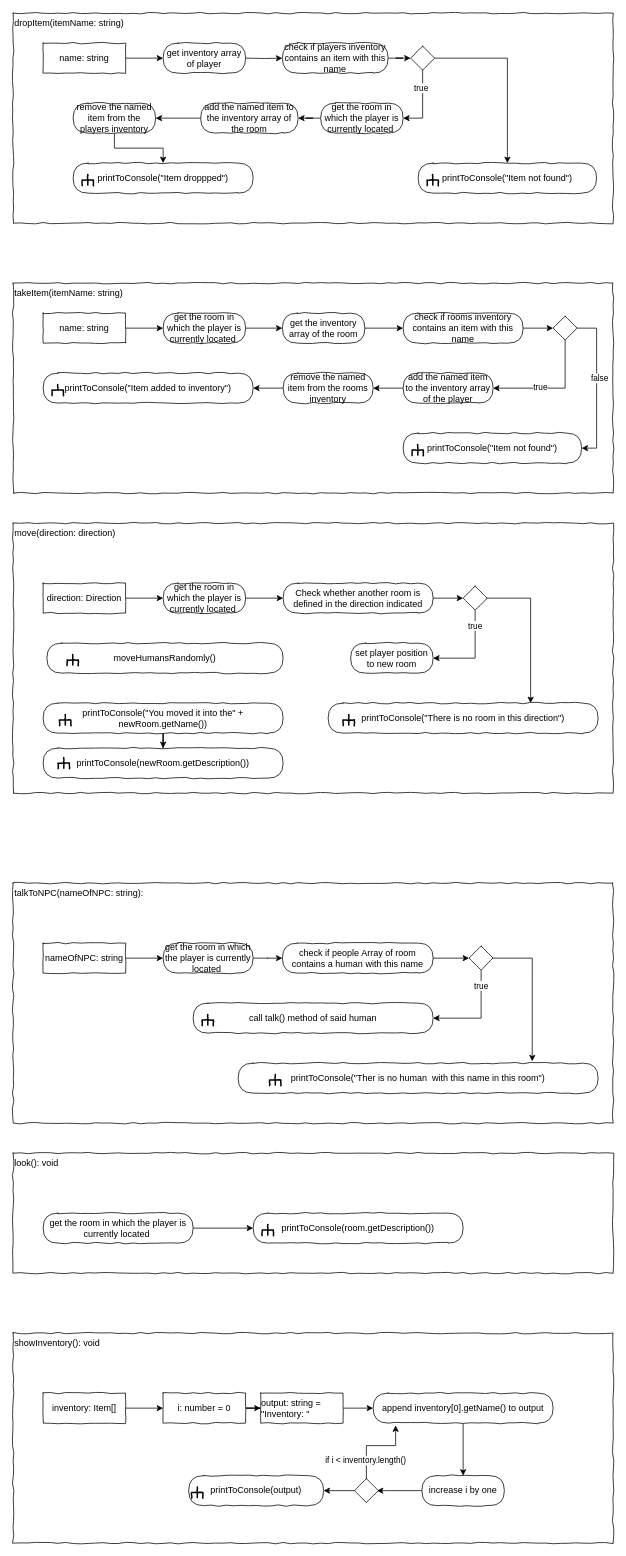
This is page "Player" (2 of 4) of concept/classes.drawio from AljoshaVieth/SoftwareDesignTextAdventure, a draw.io file, before an edit. Source tidied: cells renumbered, new cells numbered last; positions are measured from the earlier drawing's top-left corner, leaving out a move shared by most shapes. Both pictures are drawn from the tidied source at 75%, with x=0, y=0 at pixel (13, 13).
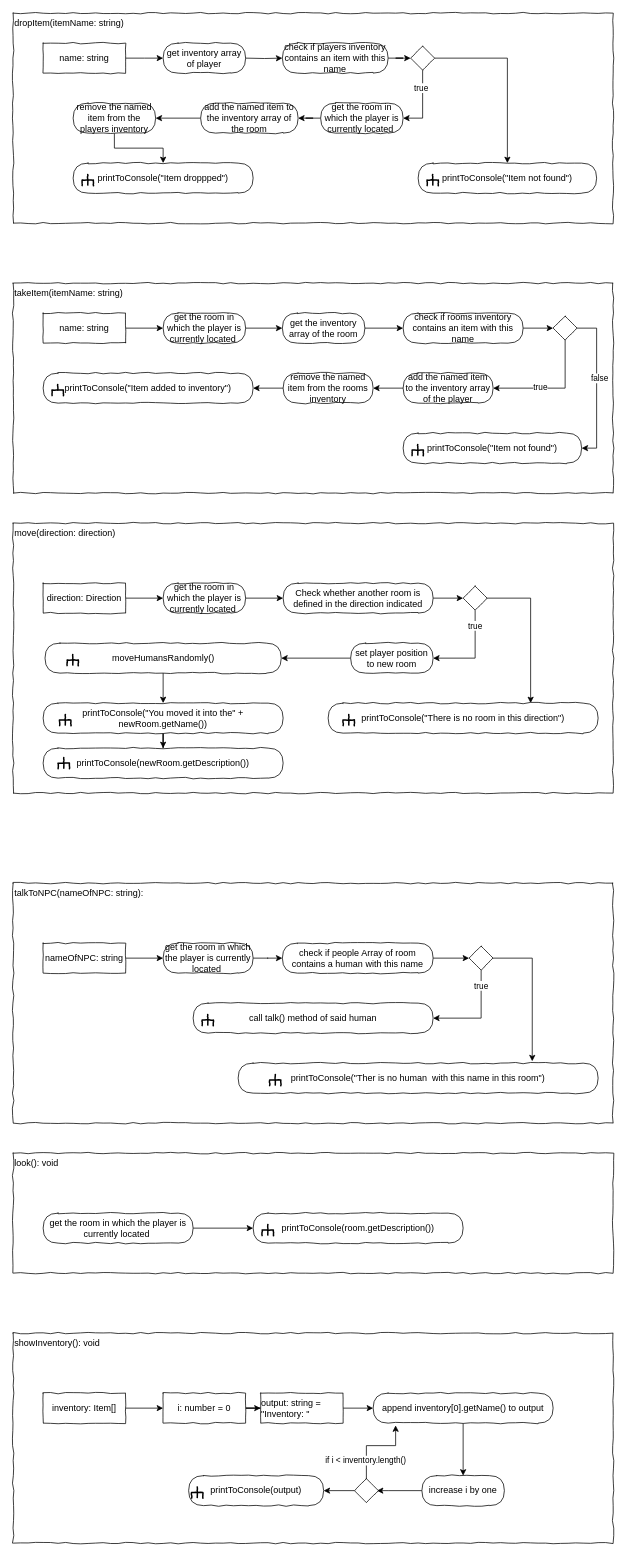
After the change.

Unchanged cells that the change refers to:
```xml
<mxCell id="62" value="set player position to new room" style="rounded=1;whiteSpace=wrap;html=1;absoluteArcSize=1;arcSize=50;strokeWidth=1;shadow=0;comic=1;" parent="1" vertex="1">
  <mxGeometry x="450" y="840" width="110" height="40" as="geometry" />
</mxCell>
<mxCell id="70" value="printToConsole(&quot;You moved it into the&quot; + newRoom.getName())" style="rounded=1;whiteSpace=wrap;html=1;absoluteArcSize=1;arcSize=50;strokeWidth=1;shadow=0;comic=1;" parent="1" vertex="1">
  <mxGeometry x="40" y="920" width="320" height="40" as="geometry" />
</mxCell>
```

Diff of the diagram source:
```diff
@@
+    <mxCell id="124" style="edgeStyle=orthogonalEdgeStyle;rounded=0;jettySize=auto;html=1;entryX=1;entryY=0.5;entryDx=0;entryDy=0;" parent="1" edge="1" source="62" target="71">
+      <mxGeometry relative="1" as="geometry" />
+    </mxCell>
@@
+    <mxCell id="125" style="edgeStyle=orthogonalEdgeStyle;rounded=0;jettySize=auto;html=1;entryX=0.5;entryY=0;entryDx=0;entryDy=0;" parent="1" edge="1" source="71" target="70">
+      <mxGeometry relative="1" as="geometry" />
+    </mxCell>
     <mxCell id="71" value="moveHumansRandomly()" style="rounded=1;whiteSpace=wrap;html=1;absoluteArcSize=1;arcSize=50;strokeWidth=1;shadow=0;comic=1;" parent="1" vertex="1">
-      <mxGeometry x="45" y="840" width="315" height="40" as="geometry" />
+      <mxGeometry x="42.5" y="840" width="315" height="40" as="geometry" />
     </mxCell>
```
